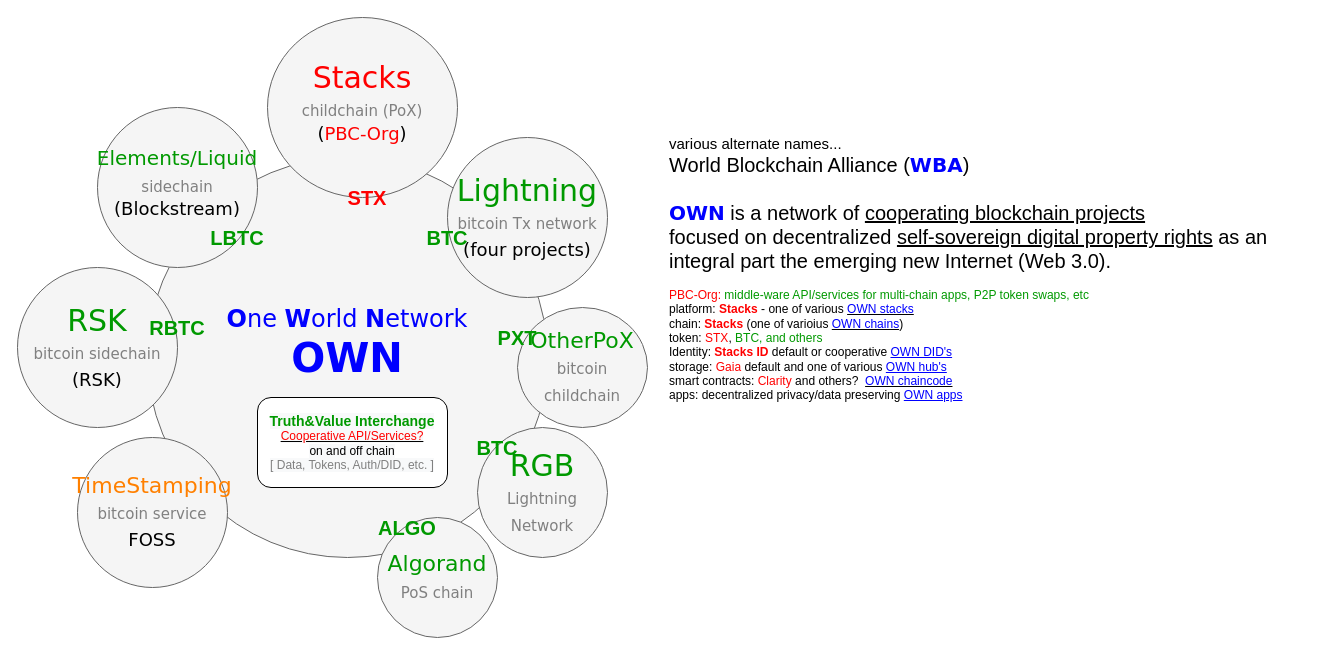
Before: charts/own-stack.drawio in fluidvoice/stacks-blockchain, a draw.io diagram. Source tidied: cells renumbered, new cells numbered last; positions are measured from the earlier drawing's top-left corner, leaving out a move shared by most shapes. Both pictures are drawn from the tidied source at 100%, with x=0, y=0 at pixel (17, 17).
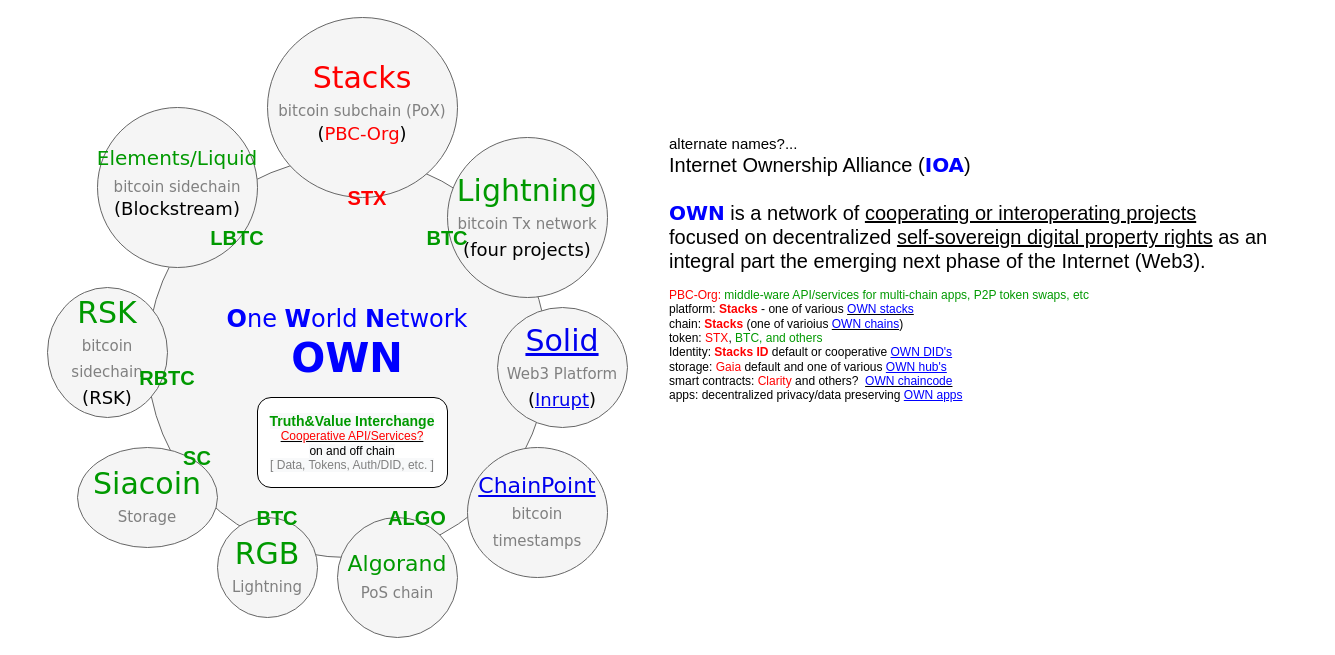
After the change.

Diff of the diagram source:
```diff
@@
-    <mxCell id="3" value="&lt;font style=&quot;font-size: 30px&quot; color=&quot;#ff0000&quot;&gt;Stacks&lt;/font&gt;&lt;br&gt;&lt;font color=&quot;#808080&quot; style=&quot;font-size: 15px&quot;&gt;childchain (PoX)&lt;/font&gt;&lt;br&gt;&lt;sup&gt;&lt;font color=&quot;#000000&quot; style=&quot;font-size: 18px&quot;&gt;(&lt;/font&gt;&lt;font style=&quot;font-size: 18px&quot; color=&quot;#ff0000&quot;&gt;PBC-Org&lt;/font&gt;&lt;font color=&quot;#000000&quot; style=&quot;font-size: 18px&quot;&gt;)&lt;/font&gt;&lt;/sup&gt;" style="ellipse;whiteSpace=wrap;html=1;rounded=0;shadow=0;dashed=0;comic=0;fontFamily=Verdana;fontSize=22;fontColor=#0069D1;fillColor=#f5f5f5;strokeColor=#666666;" parent="1" vertex="1">
+    <mxCell id="3" value="&lt;font style=&quot;font-size: 30px&quot; color=&quot;#ff0000&quot;&gt;Stacks&lt;/font&gt;&lt;br&gt;&lt;font color=&quot;#808080&quot; style=&quot;font-size: 15px&quot;&gt;bitcoin subchain (PoX)&lt;/font&gt;&lt;br&gt;&lt;sup&gt;&lt;font color=&quot;#000000&quot; style=&quot;font-size: 18px&quot;&gt;(&lt;/font&gt;&lt;font style=&quot;font-size: 18px&quot; color=&quot;#ff0000&quot;&gt;PBC-Org&lt;/font&gt;&lt;font color=&quot;#000000&quot; style=&quot;font-size: 18px&quot;&gt;)&lt;/font&gt;&lt;/sup&gt;" style="ellipse;whiteSpace=wrap;html=1;rounded=0;shadow=0;dashed=0;comic=0;fontFamily=Verdana;fontSize=22;fontColor=#0069D1;fillColor=#f5f5f5;strokeColor=#666666;" parent="1" vertex="1">
       <mxGeometry x="250" width="190" height="180" as="geometry" />
     </mxCell>
     <mxCell id="4" value="&lt;font color=&quot;#009900&quot;&gt;Algorand&lt;/font&gt;&lt;br&gt;&lt;font color=&quot;#808080&quot; style=&quot;font-size: 15px&quot;&gt;PoS chain&lt;/font&gt;" style="ellipse;whiteSpace=wrap;html=1;rounded=0;shadow=0;dashed=0;comic=0;fontFamily=Verdana;fontSize=22;fontColor=#0069D1;fillColor=#f5f5f5;strokeColor=#666666;" parent="1" vertex="1">
-      <mxGeometry x="360" y="500" width="120" height="120" as="geometry" />
+      <mxGeometry x="320" y="500" width="120" height="120" as="geometry" />
     </mxCell>
-    <mxCell id="5" value="&lt;font color=&quot;#009900&quot;&gt;OtherPoX&lt;/font&gt;&lt;br&gt;&lt;font style=&quot;font-size: 15px&quot; color=&quot;#808080&quot;&gt;bitcoin childchain&lt;/font&gt;" style="ellipse;whiteSpace=wrap;html=1;rounded=0;shadow=0;dashed=0;comic=0;fontFamily=Verdana;fontSize=22;fontColor=#0069D1;fillColor=#f5f5f5;strokeColor=#666666;" parent="1" vertex="1">
-      <mxGeometry x="500" y="290" width="130" height="120" as="geometry" />
-    </mxCell>
     <mxCell id="6" value="&lt;font color=&quot;#009900&quot;&gt;&lt;font style=&quot;font-size: 30px&quot;&gt;RSK&lt;/font&gt;&lt;br&gt;&lt;/font&gt;&lt;font style=&quot;font-size: 15px&quot; color=&quot;#808080&quot;&gt;bitcoin sidechain&lt;/font&gt;&lt;br&gt;&lt;font color=&quot;#000000&quot; style=&quot;font-size: 18px&quot;&gt;(RSK)&lt;/font&gt;" style="ellipse;whiteSpace=wrap;html=1;rounded=0;shadow=0;dashed=0;comic=0;fontFamily=Verdana;fontSize=22;fontColor=#0069D1;fillColor=#f5f5f5;strokeColor=#666666;" parent="1" vertex="1">
-      <mxGeometry y="250" width="160" height="160" as="geometry" />
+      <mxGeometry x="30" y="270" width="120" height="130" as="geometry" />
     </mxCell>
-    <mxCell id="7" value="&lt;font style=&quot;font-size: 20px&quot; color=&quot;#009900&quot;&gt;Elements/Liquid&lt;/font&gt;&lt;br&gt;&lt;font color=&quot;#808080&quot; style=&quot;font-size: 15px&quot;&gt;sidechain&lt;/font&gt;&lt;br&gt;&lt;sup&gt;&lt;font color=&quot;#000000&quot; style=&quot;font-size: 18px&quot;&gt;(Blockstream)&lt;/font&gt;&lt;/sup&gt;" style="ellipse;whiteSpace=wrap;html=1;rounded=0;shadow=0;dashed=0;comic=0;fontFamily=Verdana;fontSize=22;fontColor=#0069D1;fillColor=#f5f5f5;strokeColor=#666666;" parent="1" vertex="1">
+    <mxCell id="7" value="&lt;font style=&quot;font-size: 20px&quot; color=&quot;#009900&quot;&gt;Elements/Liquid&lt;/font&gt;&lt;br&gt;&lt;font color=&quot;#808080&quot; style=&quot;font-size: 15px&quot;&gt;bitcoin sidechain&lt;/font&gt;&lt;br&gt;&lt;sup&gt;&lt;font color=&quot;#000000&quot; style=&quot;font-size: 18px&quot;&gt;(Blockstream)&lt;/font&gt;&lt;/sup&gt;" style="ellipse;whiteSpace=wrap;html=1;rounded=0;shadow=0;dashed=0;comic=0;fontFamily=Verdana;fontSize=22;fontColor=#0069D1;fillColor=#f5f5f5;strokeColor=#666666;" parent="1" vertex="1">
       <mxGeometry x="80" y="90" width="160" height="160" as="geometry" />
     </mxCell>
@@
-    <mxCell id="9" value="&lt;font style=&quot;font-size: 30px&quot; color=&quot;#009900&quot;&gt;RGB&lt;/font&gt;&lt;br&gt;&lt;font style=&quot;font-size: 15px&quot; color=&quot;#808080&quot;&gt;Lightning Network&lt;/font&gt;" style="ellipse;whiteSpace=wrap;html=1;rounded=0;shadow=0;dashed=0;comic=0;fontFamily=Verdana;fontSize=22;fontColor=#0069D1;fillColor=#f5f5f5;strokeColor=#666666;" parent="1" vertex="1">
-      <mxGeometry x="460" y="410" width="130" height="130" as="geometry" />
+    <mxCell id="9" value="&lt;font style=&quot;font-size: 30px&quot; color=&quot;#009900&quot;&gt;RGB&lt;/font&gt;&lt;br&gt;&lt;font style=&quot;font-size: 15px&quot; color=&quot;#808080&quot;&gt;Lightning&lt;/font&gt;" style="ellipse;whiteSpace=wrap;html=1;rounded=0;shadow=0;dashed=0;comic=0;fontFamily=Verdana;fontSize=22;fontColor=#0069D1;fillColor=#f5f5f5;strokeColor=#666666;" parent="1" vertex="1">
+      <mxGeometry x="200" y="500" width="100" height="100" as="geometry" />
     </mxCell>
-    <mxCell id="10" value="&lt;font color=&quot;#ff8000&quot;&gt;TimeStamping&lt;/font&gt;&lt;br&gt;&lt;font color=&quot;#808080&quot; style=&quot;font-size: 15px&quot;&gt;bitcoin service&lt;/font&gt;&lt;br&gt;&lt;font color=&quot;#000000&quot; style=&quot;font-size: 18px&quot;&gt;FOSS&lt;/font&gt;" style="ellipse;whiteSpace=wrap;html=1;rounded=0;shadow=0;dashed=0;comic=0;fontFamily=Verdana;fontSize=22;fontColor=#0069D1;fillColor=#f5f5f5;strokeColor=#666666;" parent="1" vertex="1">
-      <mxGeometry x="60" y="420" width="150" height="150" as="geometry" />
+    <mxCell id="10" value="&lt;font color=&quot;#ff8000&quot;&gt;&lt;a href=&quot;https://chainpoint.org/&quot;&gt;ChainPoint&lt;/a&gt;&lt;/font&gt;&lt;br&gt;&lt;font color=&quot;#808080&quot; style=&quot;font-size: 15px&quot;&gt;bitcoin timestamps&lt;/font&gt;&lt;br&gt;" style="ellipse;whiteSpace=wrap;html=1;rounded=0;shadow=0;dashed=0;comic=0;fontFamily=Verdana;fontSize=22;fontColor=#0069D1;fillColor=#f5f5f5;strokeColor=#666666;" parent="1" vertex="1">
+      <mxGeometry x="450" y="430" width="140" height="130" as="geometry" />
     </mxCell>
@@
     <mxCell id="13" value="&lt;font color=&quot;#009900&quot; size=&quot;1&quot;&gt;&lt;b style=&quot;font-size: 20px&quot;&gt;RBTC&lt;/b&gt;&lt;/font&gt;" style="text;html=1;strokeColor=none;fillColor=none;align=center;verticalAlign=middle;whiteSpace=wrap;rounded=0;" parent="1" vertex="1">
-      <mxGeometry x="140" y="300" width="40" height="20" as="geometry" />
+      <mxGeometry x="130" y="350" width="40" height="20" as="geometry" />
     </mxCell>
@@
     <mxCell id="16" value="&lt;font color=&quot;#009900&quot;&gt;&lt;span style=&quot;font-size: 20px&quot;&gt;&lt;b&gt;ALGO&lt;/b&gt;&lt;/span&gt;&lt;/font&gt;" style="text;html=1;strokeColor=none;fillColor=none;align=center;verticalAlign=middle;whiteSpace=wrap;rounded=0;" parent="1" vertex="1">
-      <mxGeometry x="370" y="500" width="40" height="20" as="geometry" />
+      <mxGeometry x="380" y="490" width="40" height="20" as="geometry" />
     </mxCell>
     <mxCell id="17" value="&lt;font color=&quot;#009900&quot; size=&quot;1&quot;&gt;&lt;b style=&quot;font-size: 20px&quot;&gt;BTC&lt;/b&gt;&lt;/font&gt;" style="text;html=1;strokeColor=none;fillColor=none;align=center;verticalAlign=middle;whiteSpace=wrap;rounded=0;" parent="1" vertex="1">
-      <mxGeometry x="460" y="420" width="40" height="20" as="geometry" />
+      <mxGeometry x="240" y="490" width="40" height="20" as="geometry" />
     </mxCell>
-    <mxCell id="18" value="&lt;font style=&quot;font-size: 20px&quot;&gt;&lt;div&gt;&lt;font style=&quot;font-size: 20px&quot;&gt;&lt;font face=&quot;Verdana&quot; color=&quot;#0000ff&quot; style=&quot;font-size: 20px&quot;&gt;&lt;b&gt;OWN&lt;/b&gt;&lt;/font&gt;&lt;span&gt;&amp;nbsp;is a &lt;/span&gt;&lt;/font&gt;network of &lt;u&gt;cooperating blockchain projects&lt;/u&gt;&amp;nbsp;&lt;/div&gt;focused on&amp;nbsp;decentralized&amp;nbsp;&lt;u&gt;self-sovereign digital property rights&lt;/u&gt; as an integral part the emerging new Internet (Web 3.0).&lt;br&gt;&lt;/font&gt;&lt;br&gt;&lt;span style=&quot;color: rgb(255 , 0 , 0)&quot;&gt;PBC-Org:&amp;nbsp;&lt;/span&gt;&lt;font style=&quot;font-size: 12px&quot; color=&quot;#009900&quot;&gt;middle-ware API/services for multi-chain apps, P2P token swaps, etc&lt;/font&gt;&lt;br&gt;platform: &lt;font color=&quot;#ff0000&quot;&gt;&lt;b&gt;Stacks&lt;/b&gt;&lt;/font&gt; - one of various &lt;u&gt;&lt;font color=&quot;#0000ff&quot;&gt;OWN stacks&lt;/font&gt;&lt;/u&gt;&lt;br&gt;&lt;div&gt;chain: &lt;font color=&quot;#ff0000&quot;&gt;&lt;b&gt;Stacks&lt;/b&gt;&lt;/font&gt; (one of varioius&amp;nbsp;&lt;u&gt;&lt;font color=&quot;#0000ff&quot;&gt;OWN chains&lt;/font&gt;&lt;/u&gt;)&lt;br&gt;token: &lt;font color=&quot;#ff0000&quot;&gt;STX&lt;/font&gt;,&amp;nbsp;&lt;font color=&quot;#009900&quot;&gt;BTC, and others&lt;/font&gt;&amp;nbsp;&lt;br&gt;Identity: &lt;font color=&quot;#ff0000&quot;&gt;&lt;b&gt;Stacks ID&lt;/b&gt;&lt;/font&gt;&amp;nbsp;default or cooperative &lt;font color=&quot;#0000ff&quot;&gt;&lt;u&gt;OWN DID's&lt;/u&gt;&lt;/font&gt;&lt;br&gt;storage: &lt;font color=&quot;#ff0000&quot;&gt;Gaia&lt;/font&gt;&amp;nbsp;default and one of various&amp;nbsp;&lt;u style=&quot;color: rgb(0 , 0 , 255)&quot;&gt;OWN hub's&lt;/u&gt;&lt;br&gt;&lt;span&gt;smart contracts: &lt;/span&gt;&lt;font color=&quot;#ff0000&quot;&gt;Clarity&lt;/font&gt;&lt;span&gt;&amp;nbsp;and others?&amp;nbsp; &lt;/span&gt;&lt;u&gt;&lt;font color=&quot;#0000ff&quot;&gt;OWN chaincode&lt;/font&gt;&lt;/u&gt;&lt;br&gt;&lt;/div&gt;&lt;div&gt;apps:&amp;nbsp;decentralized privacy/data preserving &lt;font color=&quot;#0000ff&quot;&gt;&lt;u&gt;OWN apps&lt;/u&gt;&lt;/font&gt;&lt;/div&gt;&lt;br&gt;&lt;div&gt;&lt;br&gt;&lt;/div&gt;" style="text;html=1;strokeColor=none;fillColor=none;align=left;verticalAlign=middle;whiteSpace=wrap;rounded=0;" parent="1" vertex="1">
+    <mxCell id="18" value="&lt;font style=&quot;font-size: 20px&quot;&gt;&lt;div&gt;&lt;font style=&quot;font-size: 20px&quot;&gt;&lt;font face=&quot;Verdana&quot; color=&quot;#0000ff&quot; style=&quot;font-size: 20px&quot;&gt;&lt;b&gt;OWN&lt;/b&gt;&lt;/font&gt;&lt;span&gt;&amp;nbsp;is a &lt;/span&gt;&lt;/font&gt;network of &lt;u&gt;cooperating or interoperating projects&lt;/u&gt;&amp;nbsp;&lt;/div&gt;focused on&amp;nbsp;decentralized&amp;nbsp;&lt;u&gt;self-sovereign digital property rights&lt;/u&gt; as an integral part the emerging next phase of the Internet (Web3).&lt;br&gt;&lt;/font&gt;&lt;br&gt;&lt;span style=&quot;color: rgb(255 , 0 , 0)&quot;&gt;PBC-Org:&amp;nbsp;&lt;/span&gt;&lt;font style=&quot;font-size: 12px&quot; color=&quot;#009900&quot;&gt;middle-ware API/services for multi-chain apps, P2P token swaps, etc&lt;/font&gt;&lt;br&gt;platform: &lt;font color=&quot;#ff0000&quot;&gt;&lt;b&gt;Stacks&lt;/b&gt;&lt;/font&gt; - one of various &lt;u&gt;&lt;font color=&quot;#0000ff&quot;&gt;OWN stacks&lt;/font&gt;&lt;/u&gt;&lt;br&gt;&lt;div&gt;chain: &lt;font color=&quot;#ff0000&quot;&gt;&lt;b&gt;Stacks&lt;/b&gt;&lt;/font&gt; (one of varioius&amp;nbsp;&lt;u&gt;&lt;font color=&quot;#0000ff&quot;&gt;OWN chains&lt;/font&gt;&lt;/u&gt;)&lt;br&gt;token: &lt;font color=&quot;#ff0000&quot;&gt;STX&lt;/font&gt;,&amp;nbsp;&lt;font color=&quot;#009900&quot;&gt;BTC, and others&lt;/font&gt;&amp;nbsp;&lt;br&gt;Identity: &lt;font color=&quot;#ff0000&quot;&gt;&lt;b&gt;Stacks ID&lt;/b&gt;&lt;/font&gt;&amp;nbsp;default or cooperative &lt;font color=&quot;#0000ff&quot;&gt;&lt;u&gt;OWN DID's&lt;/u&gt;&lt;/font&gt;&lt;br&gt;storage: &lt;font color=&quot;#ff0000&quot;&gt;Gaia&lt;/font&gt;&amp;nbsp;default and one of various&amp;nbsp;&lt;u style=&quot;color: rgb(0 , 0 , 255)&quot;&gt;OWN hub's&lt;/u&gt;&lt;br&gt;&lt;span&gt;smart contracts: &lt;/span&gt;&lt;font color=&quot;#ff0000&quot;&gt;Clarity&lt;/font&gt;&lt;span&gt;&amp;nbsp;and others?&amp;nbsp; &lt;/span&gt;&lt;u&gt;&lt;font color=&quot;#0000ff&quot;&gt;OWN chaincode&lt;/font&gt;&lt;/u&gt;&lt;br&gt;&lt;/div&gt;&lt;div&gt;apps:&amp;nbsp;decentralized privacy/data preserving &lt;font color=&quot;#0000ff&quot;&gt;&lt;u&gt;OWN apps&lt;/u&gt;&lt;/font&gt;&lt;/div&gt;&lt;br&gt;&lt;div&gt;&lt;br&gt;&lt;/div&gt;" style="text;html=1;strokeColor=none;fillColor=none;align=left;verticalAlign=middle;whiteSpace=wrap;rounded=0;" parent="1" vertex="1">
       <mxGeometry x="650" y="197.5" width="650" height="202.5" as="geometry" />
     </mxCell>
-    <mxCell id="19" value="&lt;font color=&quot;#009900&quot; size=&quot;1&quot;&gt;&lt;b style=&quot;font-size: 20px&quot;&gt;PXT&lt;/b&gt;&lt;/font&gt;" style="text;html=1;strokeColor=none;fillColor=none;align=center;verticalAlign=middle;whiteSpace=wrap;rounded=0;" parent="1" vertex="1">
-      <mxGeometry x="480" y="310" width="40" height="20" as="geometry" />
-    </mxCell>
-    <mxCell id="20" value="&lt;font style=&quot;font-size: 15px&quot;&gt;various alternate names...&lt;/font&gt;&lt;br&gt;&lt;font style=&quot;font-size: 20px&quot;&gt;World Blockchain Alliance (&lt;font color=&quot;#0000ff&quot; style=&quot;font-size: 20px&quot; face=&quot;Verdana&quot;&gt;&lt;b&gt;WBA&lt;/b&gt;&lt;/font&gt;)&lt;br&gt;&lt;/font&gt;&lt;span style=&quot;font-size: 32px&quot;&gt;&lt;br&gt;&lt;/span&gt;" style="text;html=1;strokeColor=none;fillColor=none;align=left;verticalAlign=middle;whiteSpace=wrap;rounded=0;" parent="1" vertex="1">
+    <mxCell id="20" value="&lt;font style=&quot;font-size: 15px&quot;&gt;alternate names?...&lt;/font&gt;&lt;br&gt;&lt;font style=&quot;font-size: 20px&quot;&gt;Internet Ownership Alliance (&lt;font color=&quot;#0000ff&quot; style=&quot;font-size: 20px&quot; face=&quot;Verdana&quot;&gt;&lt;b&gt;IOA&lt;/b&gt;&lt;/font&gt;)&lt;br&gt;&lt;/font&gt;&lt;span style=&quot;font-size: 32px&quot;&gt;&lt;br&gt;&lt;/span&gt;" style="text;html=1;strokeColor=none;fillColor=none;align=left;verticalAlign=middle;whiteSpace=wrap;rounded=0;" parent="1" vertex="1">
       <mxGeometry x="650" y="117.5" width="600" height="80" as="geometry" />
     </mxCell>
+    <mxCell id="21" value="&lt;span style=&quot;font-size: 30px&quot;&gt;&lt;font color=&quot;#ff8000&quot;&gt;&lt;a href=&quot;https://solidproject.org/&quot;&gt;Solid&lt;/a&gt;&lt;/font&gt;&lt;/span&gt;&lt;br&gt;&lt;font color=&quot;#808080&quot; style=&quot;font-size: 15px&quot;&gt;Web3 Platform&lt;/font&gt;&lt;br&gt;&lt;font color=&quot;#000000&quot; style=&quot;font-size: 18px&quot;&gt;(&lt;a href=&quot;https://inrupt.com/&quot;&gt;Inrupt&lt;/a&gt;)&lt;/font&gt;" style="ellipse;whiteSpace=wrap;html=1;rounded=0;shadow=0;dashed=0;comic=0;fontFamily=Verdana;fontSize=22;fontColor=#0069D1;fillColor=#f5f5f5;strokeColor=#666666;" parent="1" vertex="1">
+      <mxGeometry x="480" y="290" width="130" height="120" as="geometry" />
+    </mxCell>
+    <mxCell id="22" value="&lt;font style=&quot;font-size: 30px&quot; color=&quot;#009900&quot;&gt;Siacoin&lt;/font&gt;&lt;br&gt;&lt;font style=&quot;font-size: 15px&quot; color=&quot;#808080&quot;&gt;Storage&lt;/font&gt;" style="ellipse;whiteSpace=wrap;html=1;rounded=0;shadow=0;dashed=0;comic=0;fontFamily=Verdana;fontSize=22;fontColor=#0069D1;fillColor=#f5f5f5;strokeColor=#666666;" parent="1" vertex="1">
+      <mxGeometry x="60" y="430" width="140" height="100" as="geometry" />
+    </mxCell>
+    <mxCell id="23" value="&lt;font color=&quot;#009900&quot;&gt;&lt;span style=&quot;font-size: 20px&quot;&gt;&lt;b&gt;SC&lt;/b&gt;&lt;/span&gt;&lt;/font&gt;" style="text;html=1;strokeColor=none;fillColor=none;align=center;verticalAlign=middle;whiteSpace=wrap;rounded=0;" parent="1" vertex="1">
+      <mxGeometry x="160" y="430" width="40" height="20" as="geometry" />
+    </mxCell>
+    <mxCell id="24" style="edgeStyle=orthogonalEdgeStyle;rounded=0;orthogonalLoop=1;jettySize=auto;html=1;exitX=0.5;exitY=1;exitDx=0;exitDy=0;" parent="1" edge="1" source="23" target="23">
+      <mxGeometry relative="1" as="geometry" />
+    </mxCell>
```
